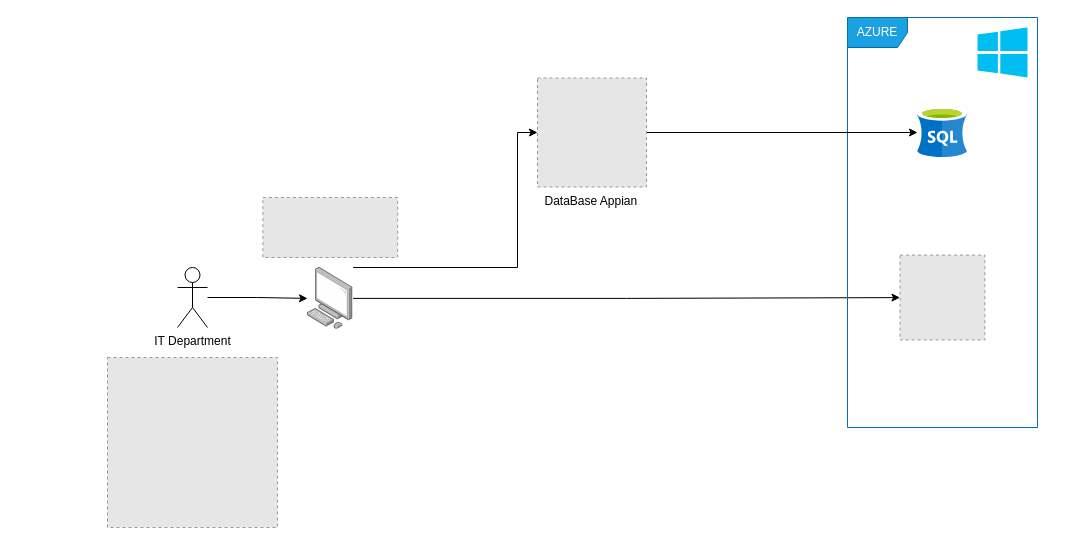
Above: DiagramAppianProject.drawio in julian4270/Models_P (draw.io), before the change. Source tidied: cells renumbered, new cells numbered last; positions are measured from the earlier drawing's top-left corner, leaving out a move shared by most shapes. Both pictures are drawn from the tidied source at 100%, with x=0, y=0 at pixel (107, 17). Pictures stored in the file or linked from it are replaced by grey dashed boxes.
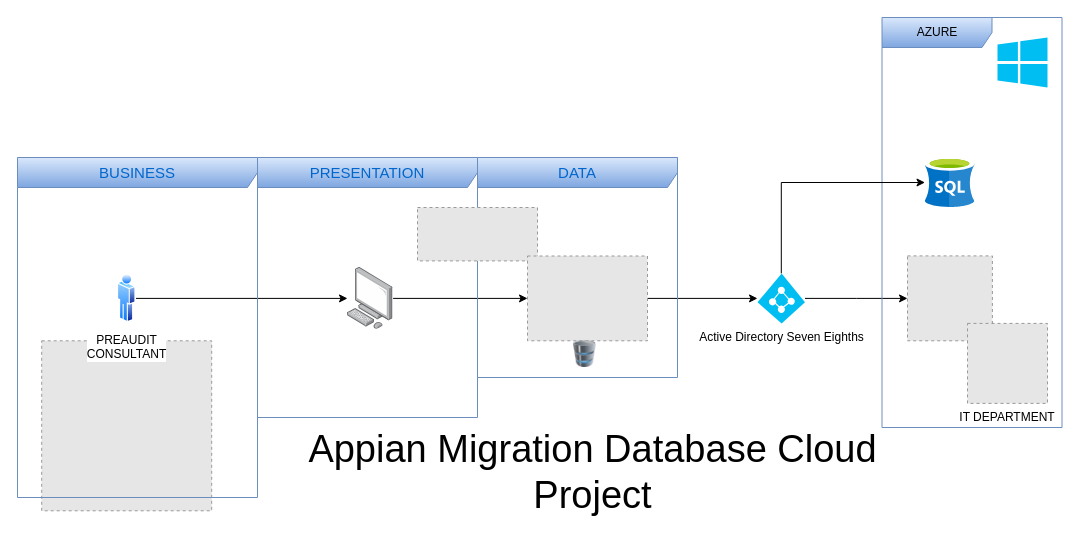
After the change.

Diff of the diagram source:
```diff
@@
-    <mxCell id="2" style="edgeStyle=orthogonalEdgeStyle;rounded=0;jettySize=auto;html=1;" parent="1" edge="1" source="6" target="4">
+    <mxCell id="2" style="edgeStyle=orthogonalEdgeStyle;rounded=0;jettySize=auto;html=1;" parent="1" edge="1" source="17" target="4">
       <mxGeometry relative="1" as="geometry" />
     </mxCell>
-    <mxCell id="3" value="IT Department" style="shape=umlActor;verticalLabelPosition=bottom;verticalAlign=top;html=1;outlineConnect=0;" parent="1" vertex="1">
-      <mxGeometry x="70" y="250" width="30" height="60" as="geometry" />
-    </mxCell>
     <mxCell id="4" style="fillColor=#E6E6E6;strokeColor=#999999;dashed=1;html=1;verticalAlign=top;verticalLabelPosition=bottom;labelBackgroundColor=#ffffff;" parent="1" vertex="1">
-      <mxGeometry x="792.5" y="237.6" width="84.9" height="84.9" as="geometry" />
+      <mxGeometry x="800" y="238.4" width="84.9" height="84.9" as="geometry" />
     </mxCell>
     <mxCell id="5" style="html=1;points=[];align=center;image;fontSize=12;image=img/lib/mscae/dep/SQL_Server_Stretch_DB.svg;" parent="1" vertex="1">
-      <mxGeometry x="810" y="90" width="50" height="50" as="geometry" />
+      <mxGeometry x="817.5" y="140" width="50" height="50" as="geometry" />
     </mxCell>
     <mxCell id="6" style="points=[];html=1;align=center;shadow=0;dashed=0;image;image=img/lib/allied_telesis/computer_and_terminals/Personal_Computer.svg;" parent="1" vertex="1">
-      <mxGeometry x="200" y="250" width="45.6" height="61.8" as="geometry" />
+      <mxGeometry x="240" y="250" width="45.6" height="61.8" as="geometry" />
     </mxCell>
-    <mxCell id="7" style="edgeStyle=orthogonalEdgeStyle;rounded=0;jettySize=auto;html=1;" parent="1" edge="1" source="3" target="6">
-      <mxGeometry relative="1" as="geometry" />
-    </mxCell>
+    <mxCell id="15" style="edgeStyle=orthogonalEdgeStyle;rounded=0;jettySize=auto;html=1;" parent="1" edge="1" source="20" target="6">
+      <mxGeometry relative="1" as="geometry" />
+    </mxCell>
     <mxCell id="8" style="fillColor=#E6E6E6;strokeColor=#999999;dashed=1;verticalLabelPosition=bottom;labelBackgroundColor=#ffffff;verticalAlign=top;" parent="1" vertex="1">
-      <mxGeometry y="340" width="170" height="170" as="geometry" />
+      <mxGeometry x="-65.8" y="323.3" width="170" height="170" as="geometry" />
     </mxCell>
-    <mxCell id="9" style="fillColor=#E6E6E6;strokeColor=#999999;dashed=1;verticalLabelPosition=bottom;labelBackgroundColor=#ffffff;verticalAlign=top;" parent="1" vertex="1">
-      <mxGeometry x="155.4" y="180" width="134.8" height="60" as="geometry" />
-    </mxCell>
-    <mxCell id="10" value="AZURE" style="shape=umlFrame;whiteSpace=wrap;html=1;fillColor=#1ba1e2;strokeColor=#006EAF;fontColor=#ffffff;" parent="1" vertex="1">
-      <mxGeometry x="740" width="190" height="410" as="geometry" />
+    <mxCell id="10" value="AZURE" style="shape=umlFrame;whiteSpace=wrap;html=1;fillColor=#dae8fc;strokeColor=#6c8ebf;gradientColor=#7ea6e0;width=110;height=30;" parent="1" vertex="1">
+      <mxGeometry x="774.5" width="180" height="410" as="geometry" />
     </mxCell>
     <mxCell id="11" style="verticalLabelPosition=bottom;html=1;verticalAlign=top;align=center;strokeColor=none;fillColor=#00BEF2;shape=mxgraph.azure.azure_instance;" parent="1" vertex="1">
-      <mxGeometry x="870" y="10" width="50" height="50" as="geometry" />
+      <mxGeometry x="890" y="20" width="50" height="50" as="geometry" />
     </mxCell>
-    <mxCell id="12" style="edgeStyle=orthogonalEdgeStyle;rounded=0;jettySize=auto;html=1;" parent="1" edge="1" source="13" target="5">
-      <mxGeometry relative="1" as="geometry" />
-    </mxCell>
-    <mxCell id="13" value="DataBase Appian&amp;nbsp;" style="fillColor=#E6E6E6;strokeColor=#999999;dashed=1;html=1;verticalAlign=top;verticalLabelPosition=bottom;labelBackgroundColor=#ffffff;" parent="1" vertex="1">
-      <mxGeometry x="430" y="60.5" width="109" height="109" as="geometry" />
-    </mxCell>
-    <mxCell id="14" style="edgeStyle=orthogonalEdgeStyle;rounded=0;jettySize=auto;html=1;" parent="1" edge="1" source="6" target="13">
-      <mxGeometry relative="1" as="geometry">
-        <Array as="points">
-          <mxPoint x="410" y="250" />
-          <mxPoint x="410" y="115" />
-        </Array>
-      </mxGeometry>
-    </mxCell>
+    <mxCell id="16" style="edgeStyle=orthogonalEdgeStyle;rounded=0;jettySize=auto;html=1;fontSize=15;fontColor=#0066CC;" parent="1" edge="1" source="17" target="5">
+      <mxGeometry relative="1" as="geometry">
+        <Array as="points">
+          <mxPoint x="674" y="165" />
+        </Array>
+      </mxGeometry>
+    </mxCell>
+    <mxCell id="17" value="Active Directory Seven Eighths" style="verticalLabelPosition=bottom;html=1;verticalAlign=top;align=center;strokeColor=none;fillColor=#00BEF2;shape=mxgraph.azure.azure_active_directory;" parent="1" vertex="1">
+      <mxGeometry x="650" y="255.9" width="47.5" height="50" as="geometry" />
+    </mxCell>
+    <mxCell id="18" style="edgeStyle=orthogonalEdgeStyle;rounded=0;jettySize=auto;html=1;" parent="1" edge="1" source="27" target="17">
+      <mxGeometry relative="1" as="geometry" />
+    </mxCell>
+    <mxCell id="19" value="&lt;font style=&quot;font-size: 38px&quot;&gt;Appian Migration Database Cloud&lt;br&gt;Project&lt;br&gt;&lt;/font&gt;" style="text;html=1;align=center;verticalAlign=middle;" parent="1" vertex="1">
+      <mxGeometry x="194.5" y="430" width="580" height="50" as="geometry" />
+    </mxCell>
+    <mxCell id="20" value="PREAUDIT &lt;br&gt;CONSULTANT" style="perimeter=ellipsePerimeter;html=1;align=center;shadow=0;dashed=0;spacingTop=3;image;image=img/lib/active_directory/user.svg;" parent="1" vertex="1">
+      <mxGeometry x="10" y="255.9" width="18.5" height="50" as="geometry" />
+    </mxCell>
+    <mxCell id="21" value="BUSINESS" style="shape=umlFrame;whiteSpace=wrap;html=1;fillColor=#dae8fc;strokeColor=#6c8ebf;gradientColor=#7ea6e0;fontSize=15;fontColor=#0066CC;width=260;height=30;" parent="1" vertex="1">
+      <mxGeometry x="-90" y="140" width="240" height="340" as="geometry" />
+    </mxCell>
+    <mxCell id="22" value="PRESENTATION" style="shape=umlFrame;whiteSpace=wrap;html=1;fillColor=#dae8fc;strokeColor=#6c8ebf;gradientColor=#7ea6e0;fontSize=15;fontColor=#0066CC;width=260;height=30;" parent="1" vertex="1">
+      <mxGeometry x="150" y="140" width="220" height="260" as="geometry" />
+    </mxCell>
+    <mxCell id="23" style="edgeStyle=orthogonalEdgeStyle;rounded=0;jettySize=auto;html=1;" parent="1" edge="1" source="6" target="27">
+      <mxGeometry relative="1" as="geometry" />
+    </mxCell>
+    <mxCell id="24" value="DATA" style="shape=umlFrame;whiteSpace=wrap;html=1;fillColor=#dae8fc;strokeColor=#6c8ebf;gradientColor=#7ea6e0;fontSize=15;fontColor=#0066CC;width=260;height=30;" parent="1" vertex="1">
+      <mxGeometry x="370" y="140" width="200" height="220" as="geometry" />
+    </mxCell>
+    <mxCell id="25" style="fillColor=#E6E6E6;strokeColor=#999999;dashed=1;verticalLabelPosition=bottom;labelBackgroundColor=#ffffff;verticalAlign=top;" parent="1" vertex="1">
+      <mxGeometry x="310" y="190" width="120" height="53.4" as="geometry" />
+    </mxCell>
+    <mxCell id="26" value="IT DEPARTMENT" style="fillColor=#E6E6E6;strokeColor=#999999;dashed=1;verticalLabelPosition=bottom;labelBackgroundColor=#ffffff;verticalAlign=top;" parent="1" vertex="1">
+      <mxGeometry x="860" y="305.9" width="80" height="80" as="geometry" />
+    </mxCell>
+    <mxCell id="27" style="fillColor=#E6E6E6;strokeColor=#999999;dashed=1;verticalLabelPosition=bottom;labelBackgroundColor=#ffffff;verticalAlign=top;" parent="1" vertex="1">
+      <mxGeometry x="420" y="238.5" width="120" height="84.8" as="geometry" />
+    </mxCell>
+    <mxCell id="28" style="image;html=1;image=img/lib/clip_art/computers/Database_128x128.png;fontSize=15;fontColor=#0066CC;" parent="1" vertex="1">
+      <mxGeometry x="455" y="323.4" width="45" height="26.6" as="geometry" />
+    </mxCell>
```
